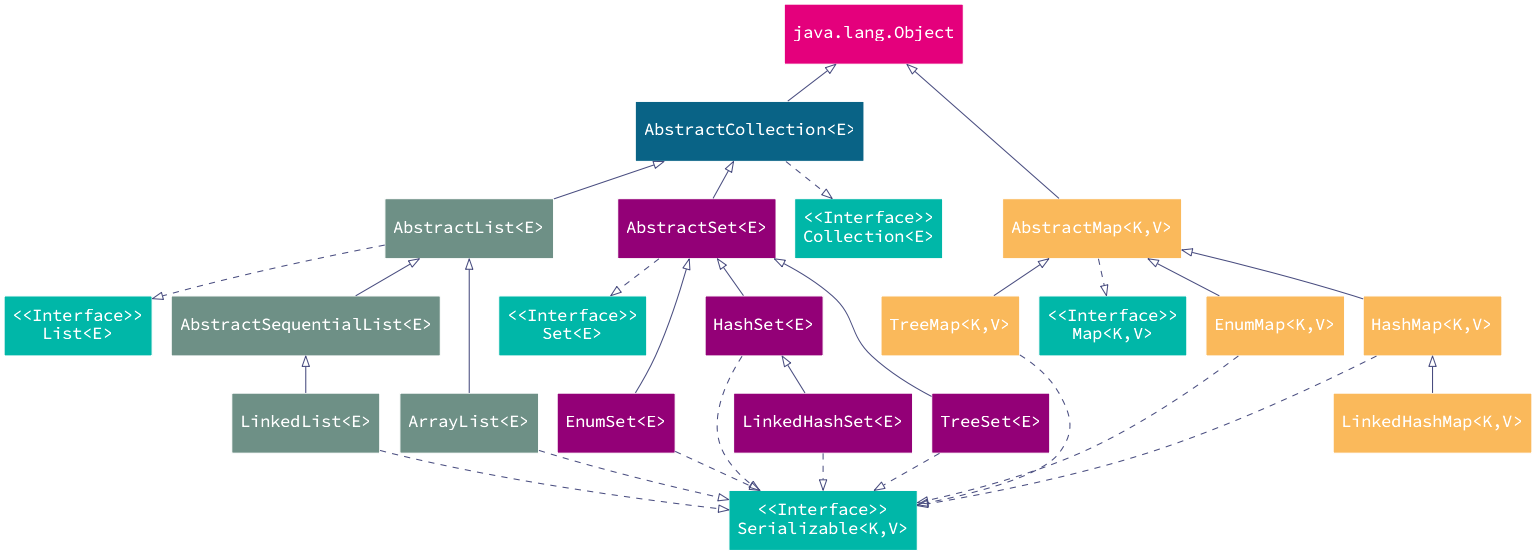
This is static/image/2019/07/java-collections.png from Jeanhwea/jeanhwea.github.io, a Graphviz export, as it was before one commit. Its source is kept beside it as static/image/2019/07/java-collections.dot.
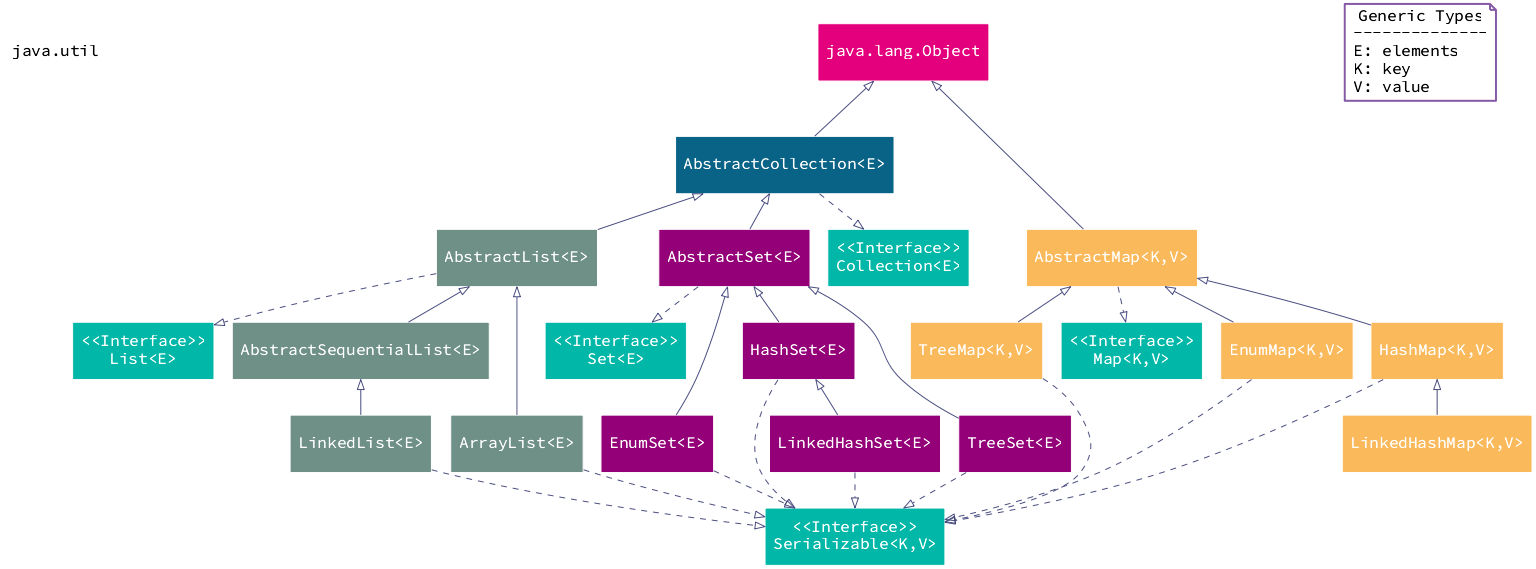
The same file after the commit.

The edit, as a diff of the source:
```diff
@@ -1,10 +1,25 @@
 digraph javaCollection {
   size="16"
+
+  node [
+    fontname="Source Code Pro";
+    fontsize=16;
+  ];
+  package [
+    shape=plaintext;
+    label="java.util";
+  ];
+  generic_types [
+    shape=note;
+    color="#8559a5";
+    penwidth=2;
+    label="Generic Types\n--------------\nE: elements\lK: key\lV: value\l";
+  ];
+
+
   node [
     shape=box;
     style="filled";
-    fontname="Source Code Pro";
-    fontsize=16;
     color="#ffffff";
     fontcolor="#ffffff";
     height=0.8;
@@ -16,6 +31,9 @@
 
   node [fillcolor="#e4007c"];
   object [label="java.lang.Object"];
+  {rank=same; package; generic_types; object}
+  package -> object [style=invis, minlen=40];
+  object -> generic_types [style=invis, minlen=20];
 
   node [fillcolor="#00b7a8"];
   collection [label="\<\<Interface\>\>\nCollection\<E\>"];
```
